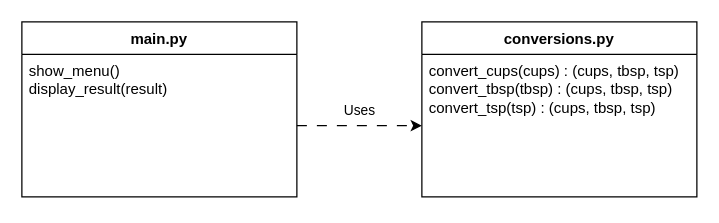
macbeth-byui/cse199-course keeps this draw.io diagram as docs/training/T1-Modularity_and_Project_Decomposition/function_diagram.drawio. Above is the earlier version. Source tidied: cells renumbered, new cells numbered last; positions are measured from the earlier drawing's top-left corner, leaving out a move shared by most shapes. Both pictures are drawn from the tidied source at 125%, with x=0, y=0 at pixel (21, 21).
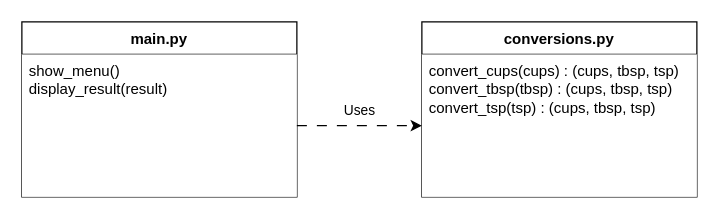
The same page after the edit.

Change to the diagram source:
```diff
@@
 <mxGraphModel>
   <root>
     <mxCell id="0" />
     <mxCell id="1" parent="0" />
     <mxCell id="2" value="conversions.py" style="swimlane;fontStyle=1;align=center;verticalAlign=top;horizontal=1;startSize=26;whiteSpace=wrap;html=1;" parent="1" vertex="1">
       <mxGeometry x="320" width="220" height="140" as="geometry" />
     </mxCell>
-    <mxCell id="3" value="convert_cups(cups) : (cups, tbsp, tsp)&lt;div&gt;convert_tbsp(tbsp) : (cups, tbsp, tsp)&lt;/div&gt;&lt;div&gt;convert_tsp(tsp) : (cups, tbsp, tsp)&lt;/div&gt;" style="text;strokeColor=none;fillColor=none;align=left;verticalAlign=top;spacingLeft=4;spacingRight=4;overflow=hidden;points=[[0,0.5],[1,0.5]];portConstraint=eastwest;whiteSpace=wrap;html=1;" parent="2" vertex="1">
+    <mxCell id="3" value="convert_cups(cups) : (cups, tbsp, tsp)&lt;div&gt;convert_tbsp(tbsp) : (cups, tbsp, tsp)&lt;/div&gt;&lt;div&gt;convert_tsp(tsp) : (cups, tbsp, tsp)&lt;/div&gt;" style="text;strokeColor=none;fillColor=default;align=left;verticalAlign=top;spacingLeft=4;spacingRight=4;overflow=hidden;points=[[0,0.5],[1,0.5]];portConstraint=eastwest;whiteSpace=wrap;html=1;" parent="2" vertex="1">
       <mxGeometry y="26" width="220" height="114" as="geometry" />
     </mxCell>
     <mxCell id="4" value="main.py" style="swimlane;fontStyle=1;align=center;verticalAlign=top;horizontal=1;startSize=26;whiteSpace=wrap;html=1;" parent="1" vertex="1">
       <mxGeometry width="220" height="140" as="geometry" />
     </mxCell>
-    <mxCell id="5" value="show_menu()&lt;div&gt;display_result(result)&lt;/div&gt;" style="text;strokeColor=none;fillColor=none;align=left;verticalAlign=top;spacingLeft=4;spacingRight=4;overflow=hidden;points=[[0,0.5],[1,0.5]];portConstraint=eastwest;whiteSpace=wrap;html=1;" parent="4" vertex="1">
+    <mxCell id="5" value="show_menu()&lt;div&gt;display_result(result)&lt;/div&gt;" style="text;align=left;verticalAlign=top;spacingLeft=4;spacingRight=4;overflow=hidden;points=[[0,0.5],[1,0.5]];portConstraint=eastwest;whiteSpace=wrap;html=1;fillColor=default;" parent="4" vertex="1">
       <mxGeometry y="26" width="220" height="114" as="geometry" />
     </mxCell>
     <mxCell id="6" style="edgeStyle=orthogonalEdgeStyle;rounded=0;jettySize=auto;html=1;entryX=0;entryY=0.5;entryDx=0;entryDy=0;dashed=1;dashPattern=8 8;" parent="1" edge="1" source="5" target="3">
       <mxGeometry relative="1" as="geometry" />
     </mxCell>
     <mxCell id="7" value="Uses" style="edgeLabel;html=1;align=center;verticalAlign=middle;" parent="6" vertex="1">
       <mxGeometry x="-0.02" y="3" relative="1" as="geometry">
         <mxPoint y="-10" as="offset" />
       </mxGeometry>
     </mxCell>
   </root>
 </mxGraphModel>
```
